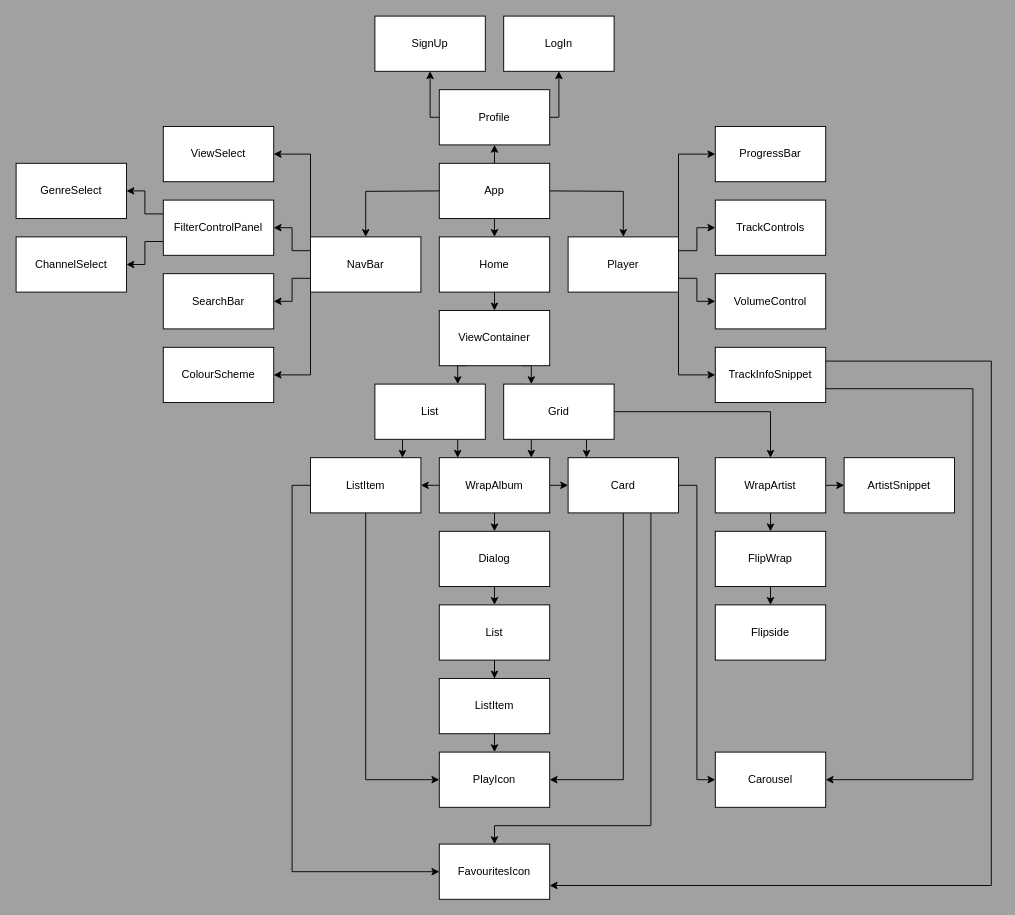
Earlier version of the draw.io diagram component-tree.drawio (WillChing01/Sky-Music-Project). Source tidied: cells renumbered, new cells numbered last; positions are measured from the earlier drawing's top-left corner, leaving out a move shared by most shapes. Both pictures are drawn from the tidied source at 92%, with x=0, y=0 at pixel (16, 16).
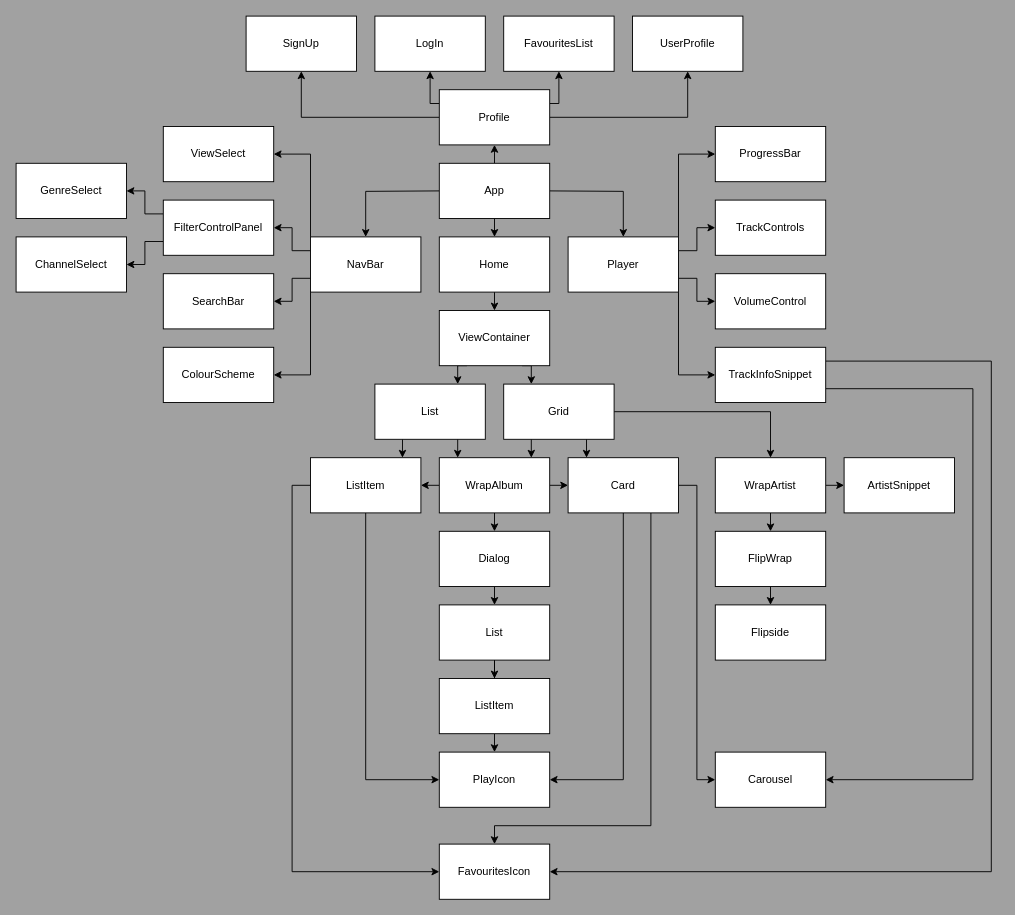
Above is the later version.

The change refers to these unchanged cells:
```xml
<mxCell id="54" value="TrackInfoSnippet" style="rounded=0;whiteSpace=wrap;html=1;" parent="1" vertex="1">
  <mxGeometry x="760" y="360" width="120" height="60" as="geometry" />
</mxCell>
<mxCell id="57" value="Profile" style="rounded=0;whiteSpace=wrap;html=1;" parent="1" vertex="1">
  <mxGeometry x="460" y="80" width="120" height="60" as="geometry" />
</mxCell>
<mxCell id="75" value="FavouritesIcon" style="rounded=0;whiteSpace=wrap;html=1;" parent="1" vertex="1">
  <mxGeometry x="460" y="900" width="120" height="60" as="geometry" />
</mxCell>
```

Change to the diagram source:
```diff
@@
-    <mxCell id="53" style="edgeStyle=none;html=1;exitX=1;exitY=0.25;exitDx=0;exitDy=0;entryX=1;entryY=0.75;entryDx=0;entryDy=0;rounded=0;" parent="1" edge="1" source="54" target="75">
+    <mxCell id="53" style="edgeStyle=none;html=1;exitX=1;exitY=0.25;exitDx=0;exitDy=0;entryX=1;entryY=0.5;entryDx=0;entryDy=0;rounded=0;" parent="1" edge="1" source="54" target="75">
       <mxGeometry relative="1" as="geometry">
         <Array as="points">
           <mxPoint x="1060" y="375" />
-          <mxPoint x="1060" y="945" />
+          <mxPoint x="1060" y="930" />
         </Array>
       </mxGeometry>
     </mxCell>
@@
+    <mxCell id="56" style="edgeStyle=none;html=1;exitX=0;exitY=0.25;exitDx=0;exitDy=0;entryX=0.5;entryY=1;entryDx=0;entryDy=0;rounded=0;" parent="1" edge="1" source="57" target="58">
+      <mxGeometry relative="1" as="geometry">
+        <Array as="points">
+          <mxPoint x="450" y="95" />
+        </Array>
+      </mxGeometry>
+    </mxCell>
+    <mxCell id="76" style="edgeStyle=none;html=1;exitX=1;exitY=0.25;exitDx=0;exitDy=0;entryX=0.5;entryY=1;entryDx=0;entryDy=0;rounded=0;" parent="1" edge="1" source="57" target="78">
+      <mxGeometry relative="1" as="geometry">
+        <Array as="points">
+          <mxPoint x="590" y="95" />
+        </Array>
+      </mxGeometry>
+    </mxCell>
-    <mxCell id="55" style="edgeStyle=none;html=1;exitX=0;exitY=0.5;exitDx=0;exitDy=0;entryX=0.5;entryY=1;entryDx=0;entryDy=0;rounded=0;" parent="1" edge="1" source="57" target="59">
+    <mxCell id="55" style="edgeStyle=none;rounded=0;html=1;exitX=0;exitY=0.5;exitDx=0;exitDy=0;entryX=0.5;entryY=1;entryDx=0;entryDy=0;" parent="1" edge="1" source="57" target="59">
       <mxGeometry relative="1" as="geometry">
         <Array as="points">
-          <mxPoint x="450" y="110" />
+          <mxPoint x="310" y="110" />
         </Array>
       </mxGeometry>
     </mxCell>
-    <mxCell id="56" style="edgeStyle=none;html=1;exitX=1;exitY=0.5;exitDx=0;exitDy=0;entryX=0.5;entryY=1;entryDx=0;entryDy=0;rounded=0;" parent="1" edge="1" source="57" target="58">
-      <mxGeometry relative="1" as="geometry">
-        <Array as="points">
-          <mxPoint x="590" y="110" />
-        </Array>
-      </mxGeometry>
-    </mxCell>
+    <mxCell id="77" style="edgeStyle=none;rounded=0;html=1;exitX=1;exitY=0.5;exitDx=0;exitDy=0;entryX=0.5;entryY=1;entryDx=0;entryDy=0;" parent="1" edge="1" source="57" target="79">
+      <mxGeometry relative="1" as="geometry">
+        <Array as="points">
+          <mxPoint x="730" y="110" />
+        </Array>
+      </mxGeometry>
+    </mxCell>
@@
     <mxCell id="58" value="LogIn" style="rounded=0;whiteSpace=wrap;html=1;" parent="1" vertex="1">
-      <mxGeometry x="530" width="120" height="60" as="geometry" />
+      <mxGeometry x="390" width="120" height="60" as="geometry" />
     </mxCell>
     <mxCell id="59" value="SignUp" style="rounded=0;whiteSpace=wrap;html=1;" parent="1" vertex="1">
-      <mxGeometry x="390" width="120" height="60" as="geometry" />
+      <mxGeometry x="250" width="120" height="60" as="geometry" />
     </mxCell>
@@
+    <mxCell id="78" value="FavouritesList" style="rounded=0;whiteSpace=wrap;html=1;" parent="1" vertex="1">
+      <mxGeometry x="530" width="120" height="60" as="geometry" />
+    </mxCell>
+    <mxCell id="79" value="UserProfile" style="rounded=0;whiteSpace=wrap;html=1;" parent="1" vertex="1">
+      <mxGeometry x="670" width="120" height="60" as="geometry" />
+    </mxCell>
```
